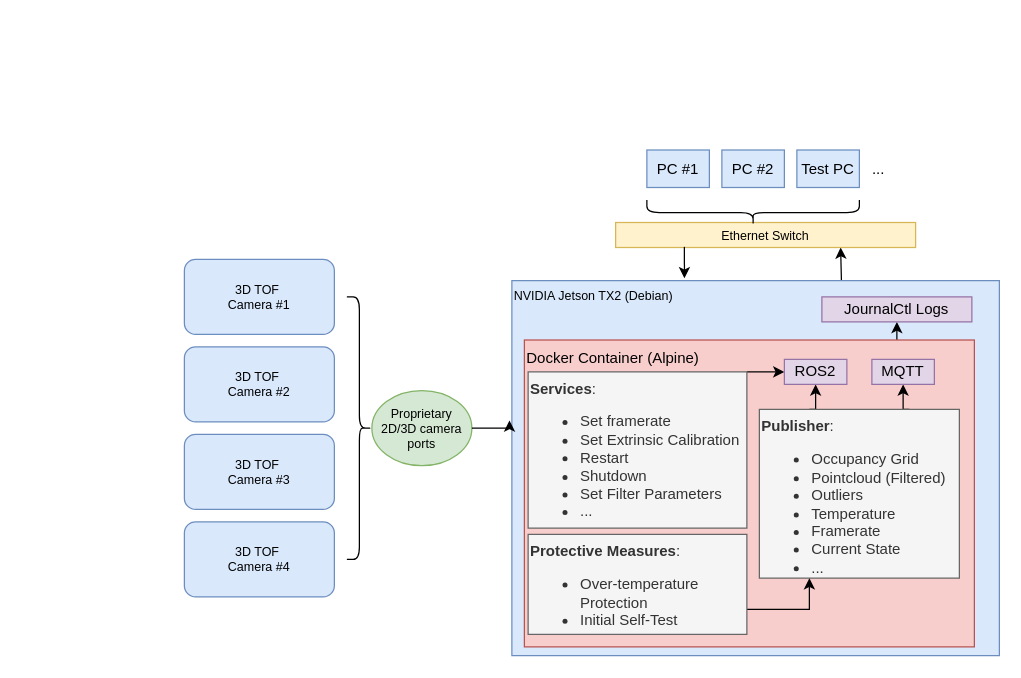
Before: 3d_sensor_diagram.drawio in aastavsashasen/software_architecture_dump, a draw.io diagram. Source tidied: cells renumbered, new cells numbered last; positions are measured from the earlier drawing's top-left corner, leaving out a move shared by most shapes. Both pictures are drawn from the tidied source at 125%, with x=0, y=0 at pixel (184, 106).
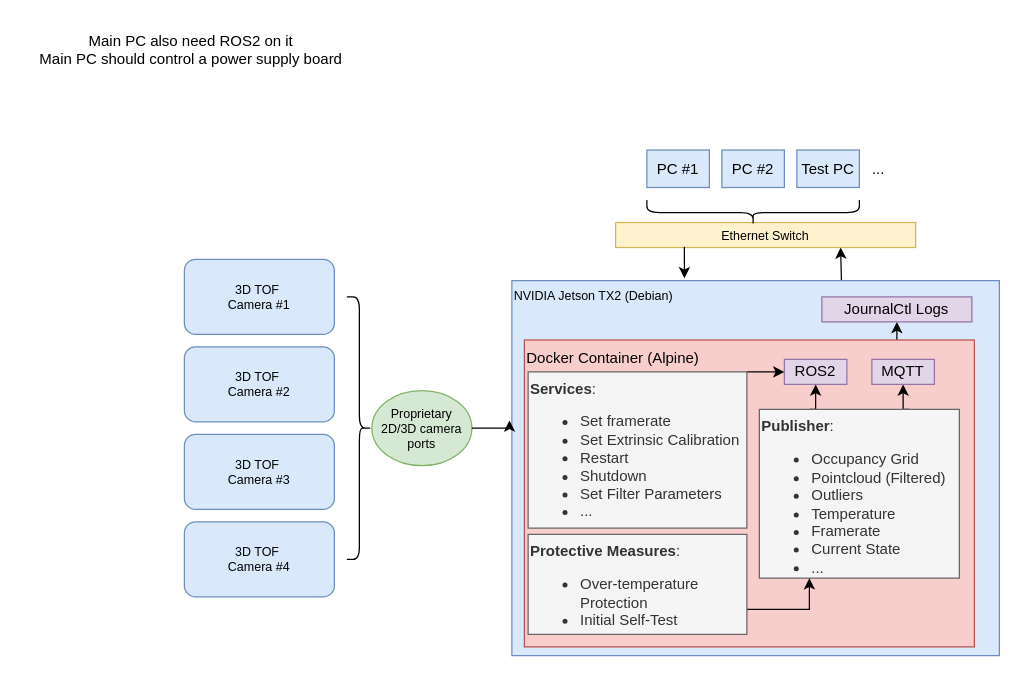
After the change.

Diff of the diagram source:
```diff
@@
+    <mxCell id="30" value="Main PC also need ROS2 on it&lt;div&gt;Main PC should control a power supply board&lt;/div&gt;&lt;div&gt;&lt;br&gt;&lt;/div&gt;" style="text;html=1;align=center;verticalAlign=middle;strokeColor=none;fillColor=none;" parent="1" vertex="1">
+      <mxGeometry x="-130" y="-68" width="270" height="60" as="geometry" />
+    </mxCell>
```
